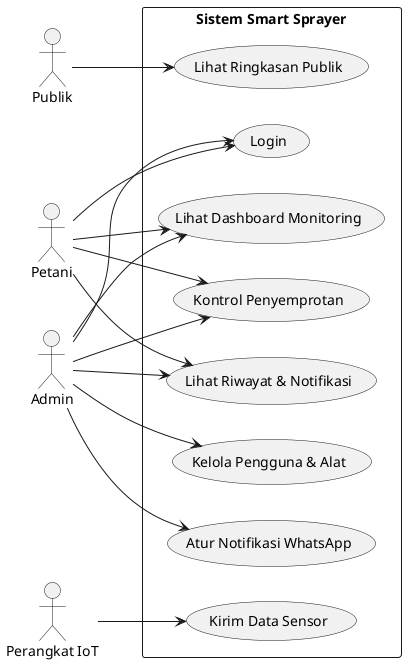
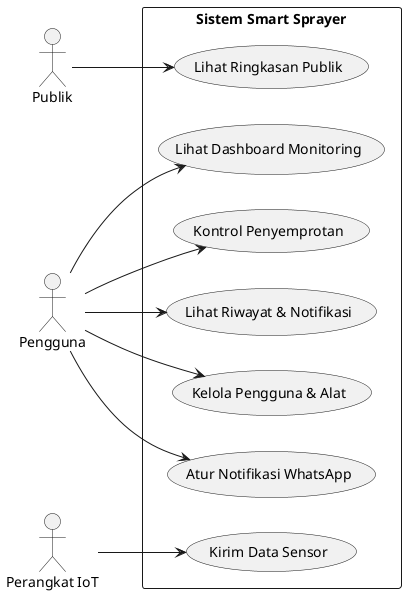
' Perancangan Sistem Smart Sprayer IoT (UML - PlantUML)
' Render di https://plantuml.com/ atau editor yang mendukung PlantUML.
' File berisi 4 diagram: Use Case, Activity, Sequence, Class.

' =====================================================================
' 1. USE CASE DIAGRAM
' =====================================================================
@startuml UseCase
left to right direction
skinparam packageStyle rectangle

actor "Publik" as Publik
- actor "Petani" as Petani
- actor "Admin" as Admin
+ actor "Pengguna" as Pengguna
actor "Perangkat IoT" as Alat

rectangle "Sistem Smart Sprayer" {
    usecase "Lihat Ringkasan Publik" as UC1
-     usecase "Login" as UC2
    usecase "Lihat Dashboard Monitoring" as UC3
    usecase "Kontrol Penyemprotan" as UC4
    usecase "Lihat Riwayat & Notifikasi" as UC5
    usecase "Kelola Pengguna & Alat" as UC6
    usecase "Atur Notifikasi WhatsApp" as UC7
    usecase "Kirim Data Sensor" as UC8
}

Publik --> UC1

- Petani --> UC2
- Petani --> UC3
- Petani --> UC4
- Petani --> UC5
- 
- Admin --> UC2
- Admin --> UC3
- Admin --> UC4
- Admin --> UC5
- Admin --> UC6
- Admin --> UC7
+ Pengguna --> UC3
+ Pengguna --> UC4
+ Pengguna --> UC5
+ Pengguna --> UC6
+ Pengguna --> UC7

Alat --> UC8
@enduml


' =====================================================================
- ' 2. ACTIVITY DIAGRAM - Login & Kontrol Sprayer
+ ' 2. ACTIVITY DIAGRAM - Kontrol Sprayer
' =====================================================================
@startuml Activity
start
:Pengguna membuka website;
- :Masuk halaman Login;
- :Memasukkan email & kata sandi;
- if (Data login benar?) then (Tidak)
-     :Kembali ke halaman Login;
-     stop
- else (Ya)
-     :Sistem membuka sesi login;
- endif
:Membuka menu Kontrol Sprayer;
:Menekan tombol nyalakan/matikan;
:Sistem memvalidasi permintaan;
- if (Boleh dijalankan?) then (Tidak)
-     :Tampilkan pesan penolakan;
-     stop
- else (Ya)
-     :Memperbarui status alat di basis data;
-     :Mencatat riwayat penyemprotan;
-     :Mengirim notifikasi WhatsApp;
-     :Menampilkan status berhasil ke layar;
- endif
+ :Memperbarui status alat di basis data;
+ :Mencatat riwayat penyemprotan;
+ :Mengirim notifikasi WhatsApp;
+ :Menampilkan status berhasil ke layar;
stop
@enduml


' =====================================================================
' 3. SEQUENCE DIAGRAM - Dashboard Monitoring
' =====================================================================
@startuml Sequence
actor "Pengguna (Browser)" as User
participant "Halaman Web" as Web
participant "Server (Backend)" as Server
database "Basis Data MySQL" as DB

User -> Server : Membuka halaman Dashboard
Server -> DB : Mengambil data sensor terbaru
DB --> Server : Mengembalikan data
Server --> User : Menampilkan halaman + grafik

loop Pembaruan berkala
    User -> Server : Meminta data terbaru
    Server -> DB : Mengambil data sensor
    DB --> Server : Data sensor
    Server --> User : Mengirim data (JSON)
    User -> Web : Memperbarui grafik & status
end
@enduml


' =====================================================================
' 4. CLASS DIAGRAM - Struktur data utama
' =====================================================================
@startuml Class
class Pengguna {
    +nama
    +email
-     +kata_sandi
+     +nomor_telepon
    +peran
}

class Alat {
    +nama
    +lokasi
    +mode
    +status_sprayer
}

class Threshold {
    +batas_kelembapan_tanah
    +batas_suhu
    +batas_kelembapan_udara
}

class DataSensor {
    +suhu
    +kelembapan_udara
    +kelembapan_tanah
    +status_hujan
    +kondisi
    +waktu
}

class RiwayatPenyemprotan {
    +jenis_pemicu
    +status
    +alasan
    +waktu
}

class RiwayatNotifikasi {
    +jenis
    +nomor_penerima
    +isi_pesan
    +status_kirim
    +waktu
}

class PengaturanWhatsApp {
    +nomor_penerima
    +template_pesan
}

Alat "1" --> "1" Threshold
Alat "1" --> "*" DataSensor
Alat "1" --> "*" RiwayatPenyemprotan
Alat "1" --> "*" RiwayatNotifikasi
Pengguna "1" --> "*" RiwayatPenyemprotan
@enduml
